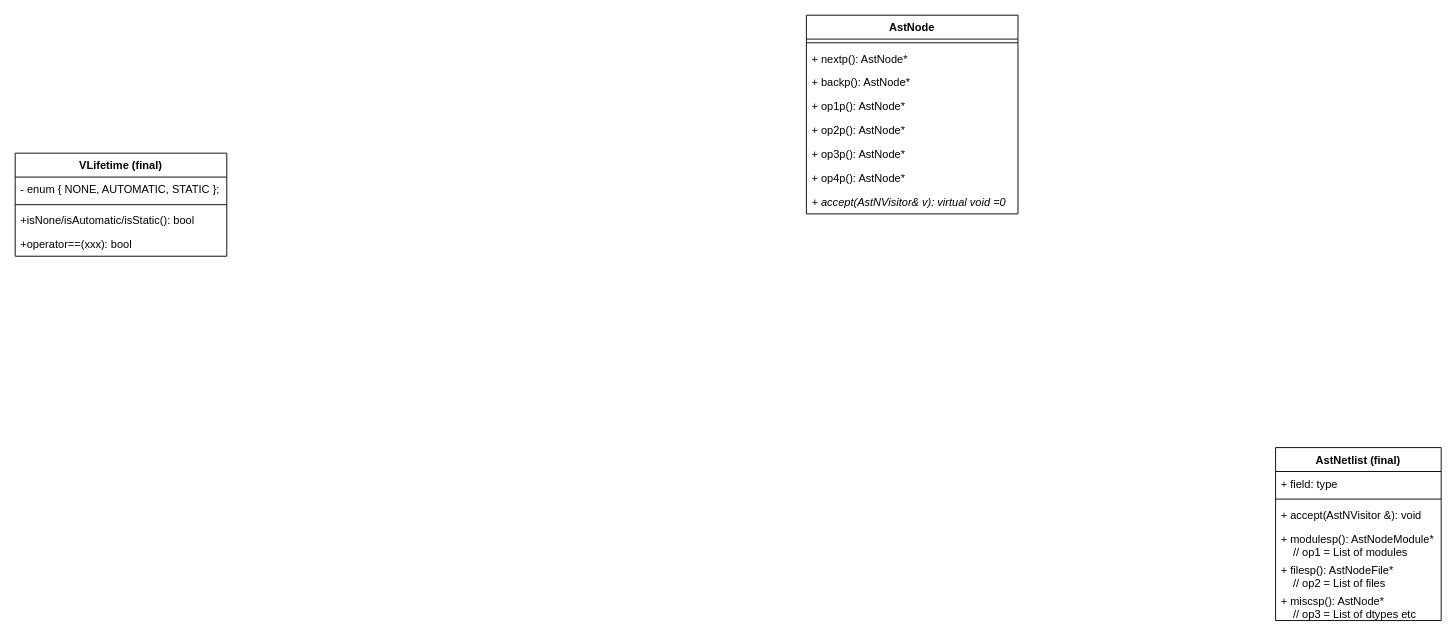
This is verilator_digrams/V3Ast.drawio from Dercury/CLDK, a draw.io file, before an edit. Source tidied: cells renumbered, new cells numbered last; positions are measured from the earlier drawing's top-left corner, leaving out a move shared by most shapes. Both pictures are drawn from the tidied source at 92%, with x=0, y=0 at pixel (15, 15).
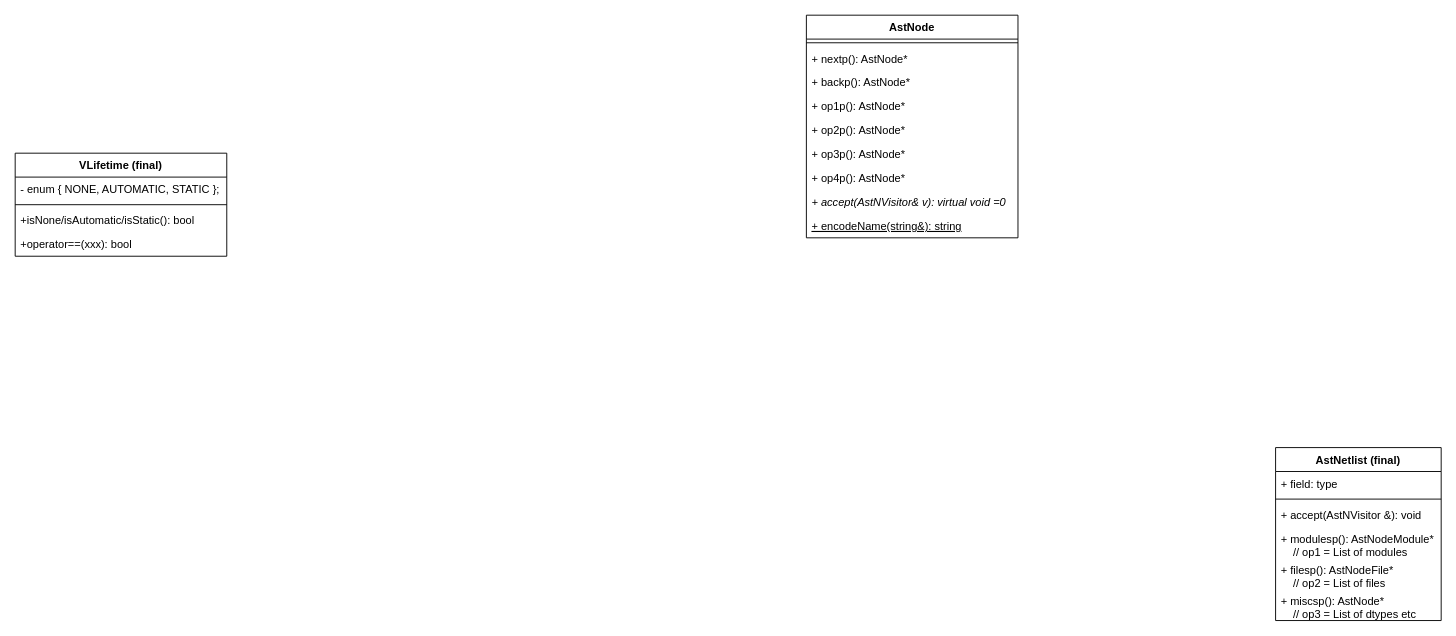
Above is the later version.

The edit, as a diff of the source:
```diff
@@
     <mxCell id="14" value="AstNode" style="swimlane;fontStyle=1;align=center;verticalAlign=top;horizontal=1;startSize=26;" parent="1" vertex="1">
-      <mxGeometry x="860" width="230" height="216" as="geometry" />
+      <mxGeometry x="860" width="230" height="242" as="geometry" />
     </mxCell>
@@
+    <mxCell id="23" value="+ encodeName(string&amp;): string" style="text;strokeColor=none;fillColor=none;align=left;verticalAlign=top;spacingLeft=4;spacingRight=4;overflow=hidden;fontStyle=4;" parent="14" vertex="1">
+      <mxGeometry y="216" width="230" height="26" as="geometry" />
+    </mxCell>
```
